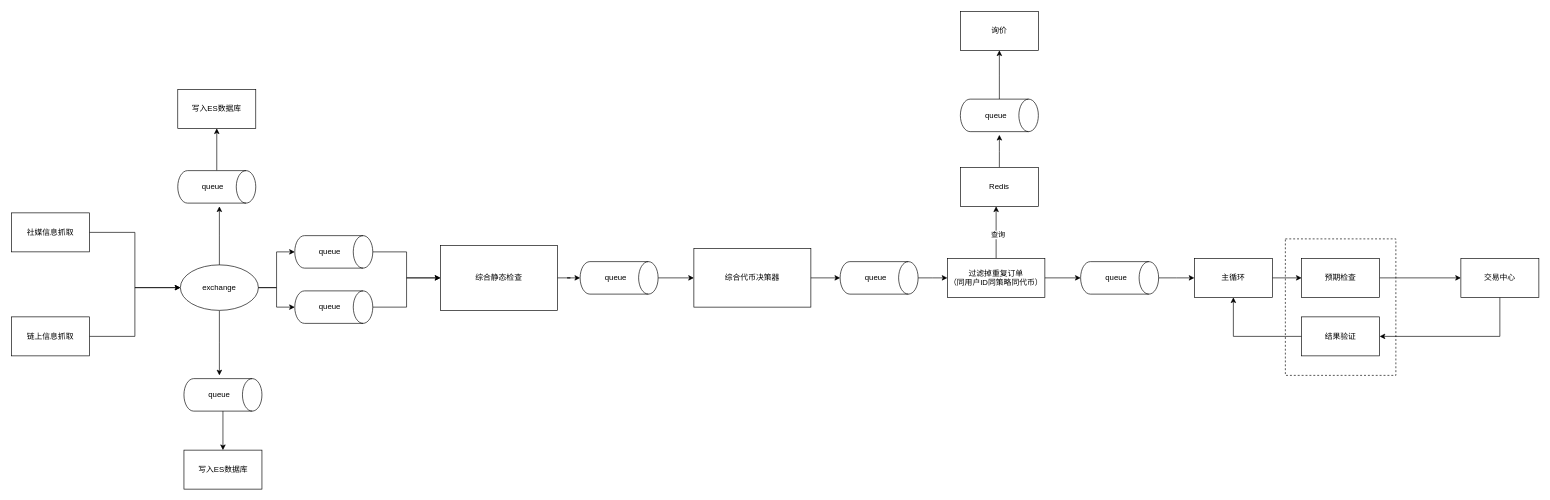
The draw.io diagram DEME系统架构图.drawio in zhangguo2002/project_diagram, before the edit. Source tidied: cells renumbered, new cells numbered last; positions are measured from the earlier drawing's top-left corner, leaving out a move shared by most shapes. Both pictures are drawn from the tidied source at 65%, with x=0, y=0 at pixel (11, 11).
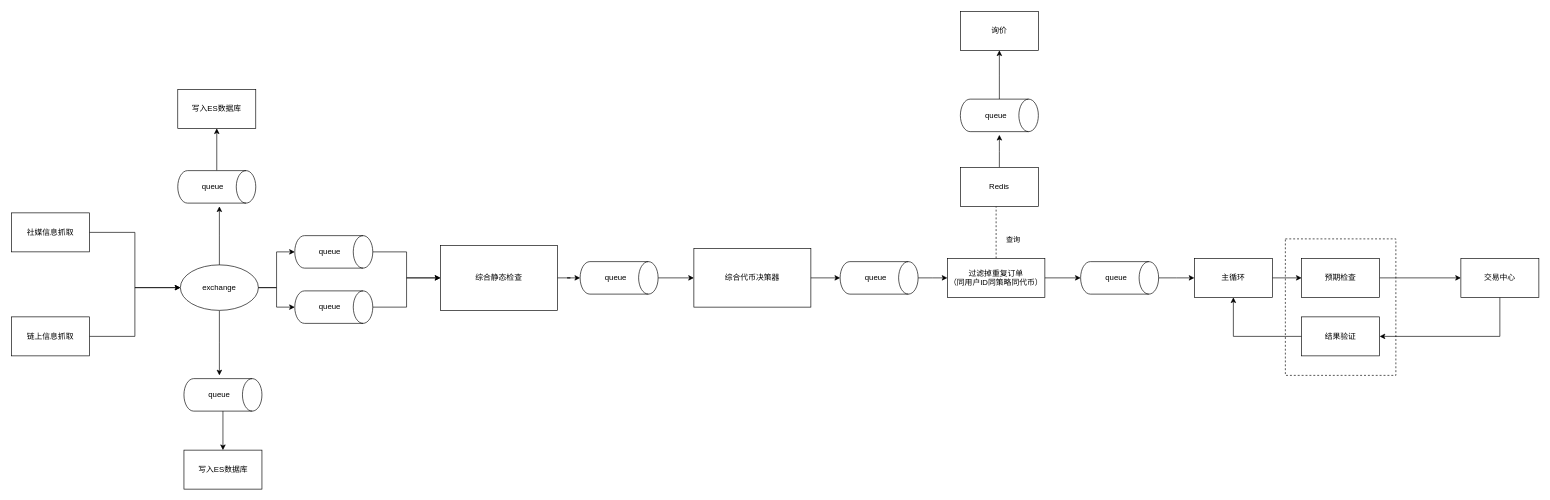
After the change.

Commit message:
更新DEME系统架构图.drawio

The change refers to these unchanged cells:
```xml
<mxCell id="22" value="过滤掉重复订单&lt;br&gt;（同用户ID同策略同代币）" style="rounded=0;whiteSpace=wrap;html=1;" parent="1" vertex="1">
  <mxGeometry x="1440" y="380" width="150" height="60" as="geometry" />
</mxCell>
```

What changed in the source:
```diff
@@
-    <mxCell id="20" style="edgeStyle=orthogonalEdgeStyle;rounded=0;jettySize=auto;html=1;" parent="1" edge="1" source="22">
+    <mxCell id="20" style="edgeStyle=orthogonalEdgeStyle;rounded=0;jettySize=auto;html=1;dashed=1;endArrow=none;endFill=0;" parent="1" edge="1" source="22">
       <mxGeometry relative="1" as="geometry">
         <mxPoint x="1515" y="300" as="targetPoint" />
       </mxGeometry>
     </mxCell>
     <mxCell id="21" value="查询" style="edgeLabel;html=1;align=center;verticalAlign=middle;" parent="20" vertex="1">
-      <mxGeometry x="-0.07" y="-2" relative="1" as="geometry" />
+      <mxGeometry x="-0.07" y="-2" relative="1" as="geometry">
+        <mxPoint x="23" y="7" as="offset" />
+      </mxGeometry>
     </mxCell>
```
